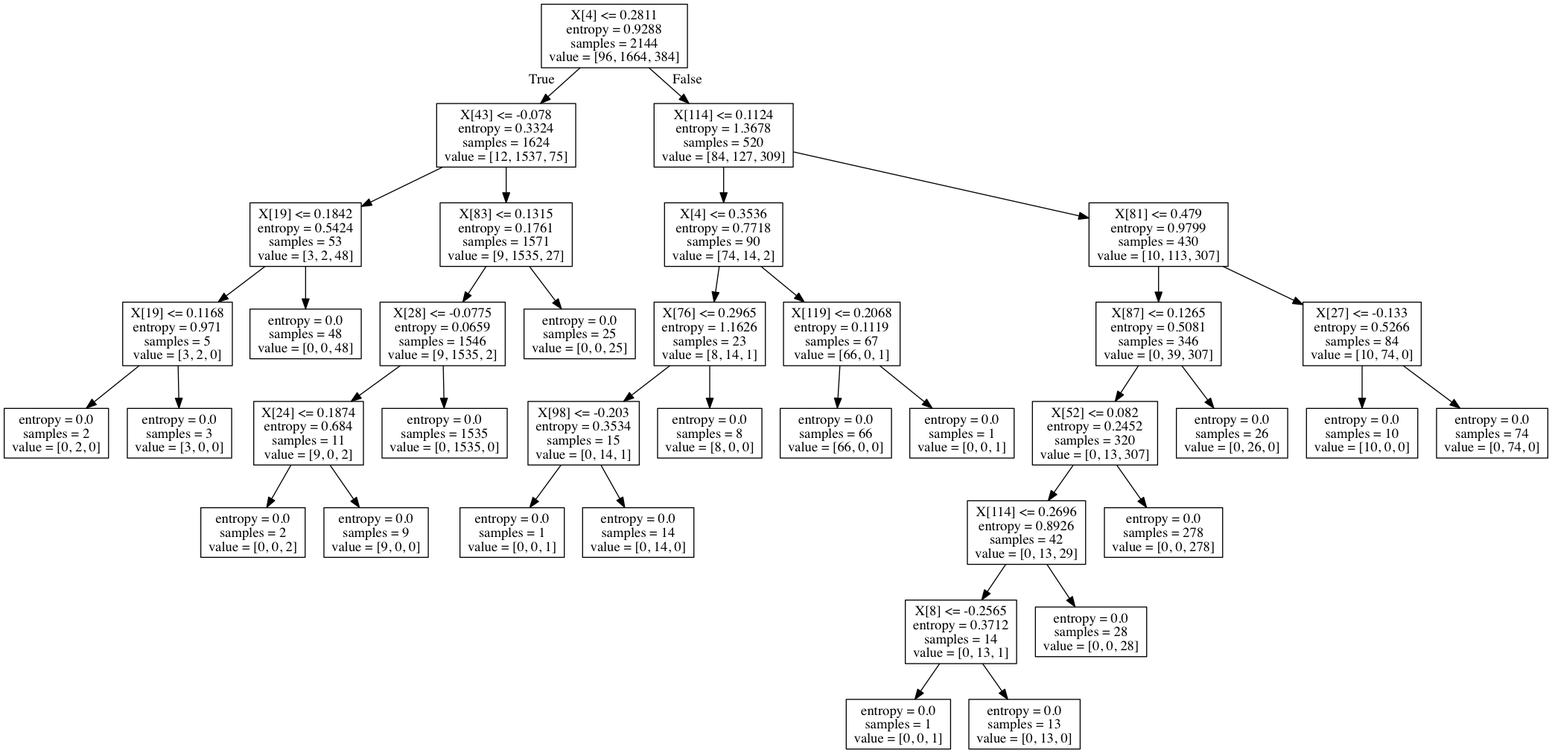
This is tree.png from kuanliang/image-processing, a Graphviz export, as it was before one commit. Its source is kept beside it as tree.dot.
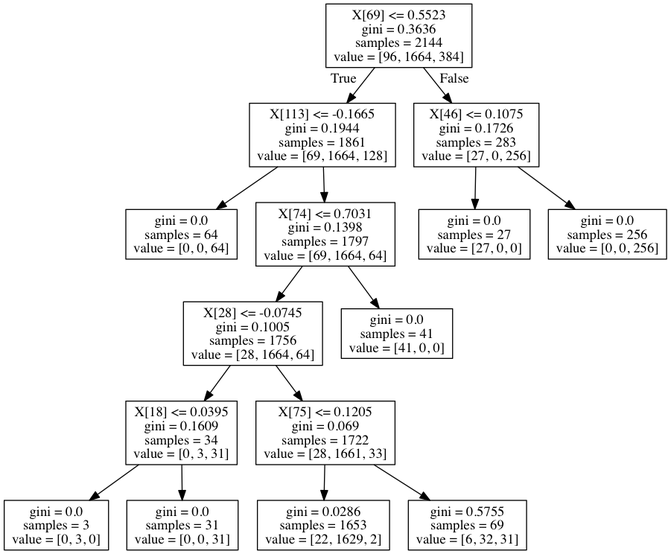
The same file after the commit.

The edit, as a diff of the source:
```diff
@@ -1,76 +1,32 @@
 digraph Tree {
 node [shape=box] ;
-0 [label="X[4] <= 0.2811\nentropy = 0.9288\nsamples = 2144\nvalue = [96, 1664, 384]"] ;
-1 [label="X[43] <= -0.078\nentropy = 0.3324\nsamples = 1624\nvalue = [12, 1537, 75]"] ;
+0 [label="X[69] <= 0.5523\ngini = 0.3636\nsamples = 2144\nvalue = [96, 1664, 384]"] ;
+1 [label="X[113] <= -0.1665\ngini = 0.1944\nsamples = 1861\nvalue = [69, 1664, 128]"] ;
 0 -> 1 [labeldistance=2.5, labelangle=45, headlabel="True"] ;
-2 [label="X[19] <= 0.1842\nentropy = 0.5424\nsamples = 53\nvalue = [3, 2, 48]"] ;
+2 [label="gini = 0.0\nsamples = 64\nvalue = [0, 0, 64]"] ;
 1 -> 2 ;
-3 [label="X[19] <= 0.1168\nentropy = 0.971\nsamples = 5\nvalue = [3, 2, 0]"] ;
-2 -> 3 ;
-4 [label="entropy = 0.0\nsamples = 2\nvalue = [0, 2, 0]"] ;
+3 [label="X[74] <= 0.7031\ngini = 0.1398\nsamples = 1797\nvalue = [69, 1664, 64]"] ;
+1 -> 3 ;
+4 [label="X[28] <= -0.0745\ngini = 0.1005\nsamples = 1756\nvalue = [28, 1664, 64]"] ;
 3 -> 4 ;
-5 [label="entropy = 0.0\nsamples = 3\nvalue = [3, 0, 0]"] ;
-3 -> 5 ;
-6 [label="entropy = 0.0\nsamples = 48\nvalue = [0, 0, 48]"] ;
-2 -> 6 ;
-7 [label="X[83] <= 0.1315\nentropy = 0.1761\nsamples = 1571\nvalue = [9, 1535, 27]"] ;
-1 -> 7 ;
-8 [label="X[28] <= -0.0775\nentropy = 0.0659\nsamples = 1546\nvalue = [9, 1535, 2]"] ;
-7 -> 8 ;
-9 [label="X[24] <= 0.1874\nentropy = 0.684\nsamples = 11\nvalue = [9, 0, 2]"] ;
+5 [label="X[18] <= 0.0395\ngini = 0.1609\nsamples = 34\nvalue = [0, 3, 31]"] ;
+4 -> 5 ;
+6 [label="gini = 0.0\nsamples = 3\nvalue = [0, 3, 0]"] ;
+5 -> 6 ;
+7 [label="gini = 0.0\nsamples = 31\nvalue = [0, 0, 31]"] ;
+5 -> 7 ;
+8 [label="X[75] <= 0.1205\ngini = 0.069\nsamples = 1722\nvalue = [28, 1661, 33]"] ;
+4 -> 8 ;
+9 [label="gini = 0.0286\nsamples = 1653\nvalue = [22, 1629, 2]"] ;
 8 -> 9 ;
-10 [label="entropy = 0.0\nsamples = 2\nvalue = [0, 0, 2]"] ;
-9 -> 10 ;
-11 [label="entropy = 0.0\nsamples = 9\nvalue = [9, 0, 0]"] ;
-9 -> 11 ;
-12 [label="entropy = 0.0\nsamples = 1535\nvalue = [0, 1535, 0]"] ;
-8 -> 12 ;
-13 [label="entropy = 0.0\nsamples = 25\nvalue = [0, 0, 25]"] ;
-7 -> 13 ;
-14 [label="X[114] <= 0.1124\nentropy = 1.3678\nsamples = 520\nvalue = [84, 127, 309]"] ;
-0 -> 14 [labeldistance=2.5, labelangle=-45, headlabel="False"] ;
-15 [label="X[4] <= 0.3536\nentropy = 0.7718\nsamples = 90\nvalue = [74, 14, 2]"] ;
-14 -> 15 ;
-16 [label="X[76] <= 0.2965\nentropy = 1.1626\nsamples = 23\nvalue = [8, 14, 1]"] ;
-15 -> 16 ;
-17 [label="X[98] <= -0.203\nentropy = 0.3534\nsamples = 15\nvalue = [0, 14, 1]"] ;
-16 -> 17 ;
-18 [label="entropy = 0.0\nsamples = 1\nvalue = [0, 0, 1]"] ;
-17 -> 18 ;
-19 [label="entropy = 0.0\nsamples = 14\nvalue = [0, 14, 0]"] ;
-17 -> 19 ;
-20 [label="entropy = 0.0\nsamples = 8\nvalue = [8, 0, 0]"] ;
-16 -> 20 ;
-21 [label="X[119] <= 0.2068\nentropy = 0.1119\nsamples = 67\nvalue = [66, 0, 1]"] ;
-15 -> 21 ;
-22 [label="entropy = 0.0\nsamples = 66\nvalue = [66, 0, 0]"] ;
-21 -> 22 ;
-23 [label="entropy = 0.0\nsamples = 1\nvalue = [0, 0, 1]"] ;
-21 -> 23 ;
-24 [label="X[81] <= 0.479\nentropy = 0.9799\nsamples = 430\nvalue = [10, 113, 307]"] ;
-14 -> 24 ;
-25 [label="X[87] <= 0.1265\nentropy = 0.5081\nsamples = 346\nvalue = [0, 39, 307]"] ;
-24 -> 25 ;
-26 [label="X[52] <= 0.082\nentropy = 0.2452\nsamples = 320\nvalue = [0, 13, 307]"] ;
-25 -> 26 ;
-27 [label="X[114] <= 0.2696\nentropy = 0.8926\nsamples = 42\nvalue = [0, 13, 29]"] ;
-26 -> 27 ;
-28 [label="X[8] <= -0.2565\nentropy = 0.3712\nsamples = 14\nvalue = [0, 13, 1]"] ;
-27 -> 28 ;
-29 [label="entropy = 0.0\nsamples = 1\nvalue = [0, 0, 1]"] ;
-28 -> 29 ;
-30 [label="entropy = 0.0\nsamples = 13\nvalue = [0, 13, 0]"] ;
-28 -> 30 ;
-31 [label="entropy = 0.0\nsamples = 28\nvalue = [0, 0, 28]"] ;
-27 -> 31 ;
-32 [label="entropy = 0.0\nsamples = 278\nvalue = [0, 0, 278]"] ;
-26 -> 32 ;
-33 [label="entropy = 0.0\nsamples = 26\nvalue = [0, 26, 0]"] ;
-25 -> 33 ;
-34 [label="X[27] <= -0.133\nentropy = 0.5266\nsamples = 84\nvalue = [10, 74, 0]"] ;
-24 -> 34 ;
-35 [label="entropy = 0.0\nsamples = 10\nvalue = [10, 0, 0]"] ;
-34 -> 35 ;
-36 [label="entropy = 0.0\nsamples = 74\nvalue = [0, 74, 0]"] ;
-34 -> 36 ;
+10 [label="gini = 0.5755\nsamples = 69\nvalue = [6, 32, 31]"] ;
+8 -> 10 ;
+11 [label="gini = 0.0\nsamples = 41\nvalue = [41, 0, 0]"] ;
+3 -> 11 ;
+12 [label="X[46] <= 0.1075\ngini = 0.1726\nsamples = 283\nvalue = [27, 0, 256]"] ;
+0 -> 12 [labeldistance=2.5, labelangle=-45, headlabel="False"] ;
+13 [label="gini = 0.0\nsamples = 27\nvalue = [27, 0, 0]"] ;
+12 -> 13 ;
+14 [label="gini = 0.0\nsamples = 256\nvalue = [0, 0, 256]"] ;
+12 -> 14 ;
 }
```
